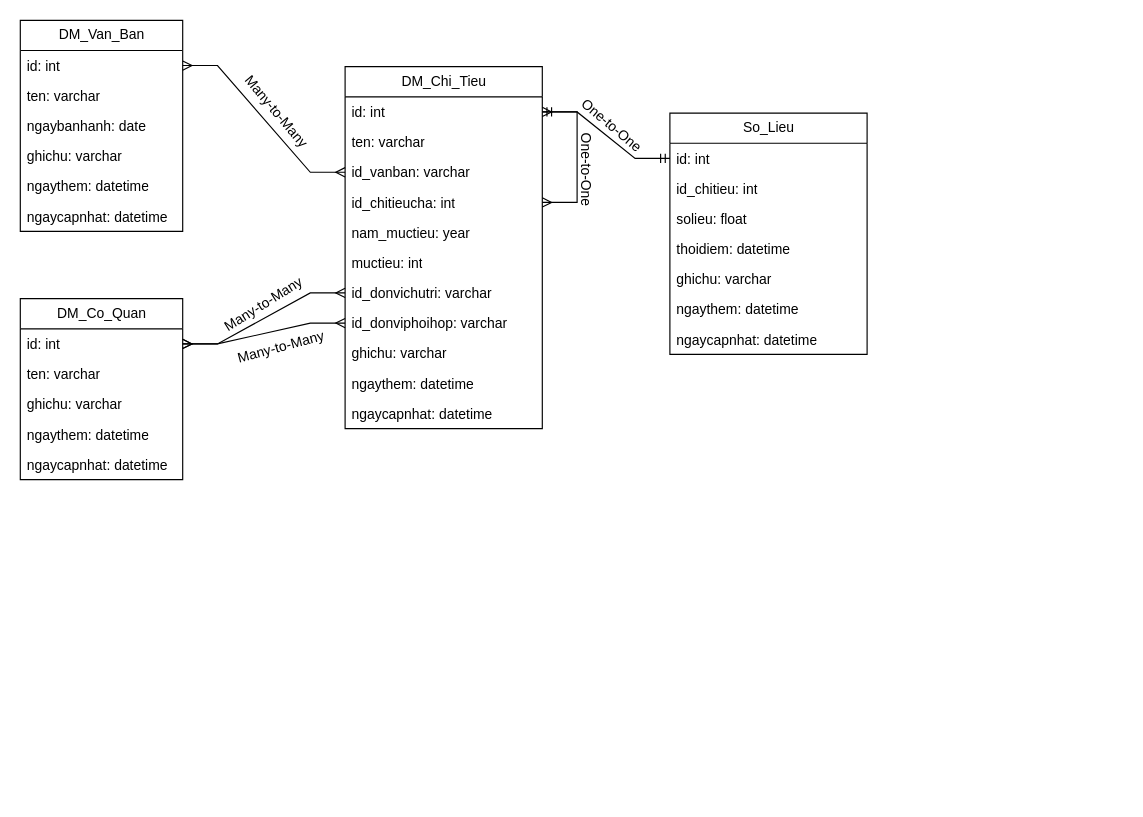
This is csdlcnttbcvt.drawio from pnptai94/giaydiduongbluezone, a draw.io file, before an edit. Source tidied: cells renumbered, new cells numbered last; positions are measured from the earlier drawing's top-left corner, leaving out a move shared by most shapes. Both pictures are drawn from the tidied source at 116%, with x=0, y=0 at pixel (20, 20).
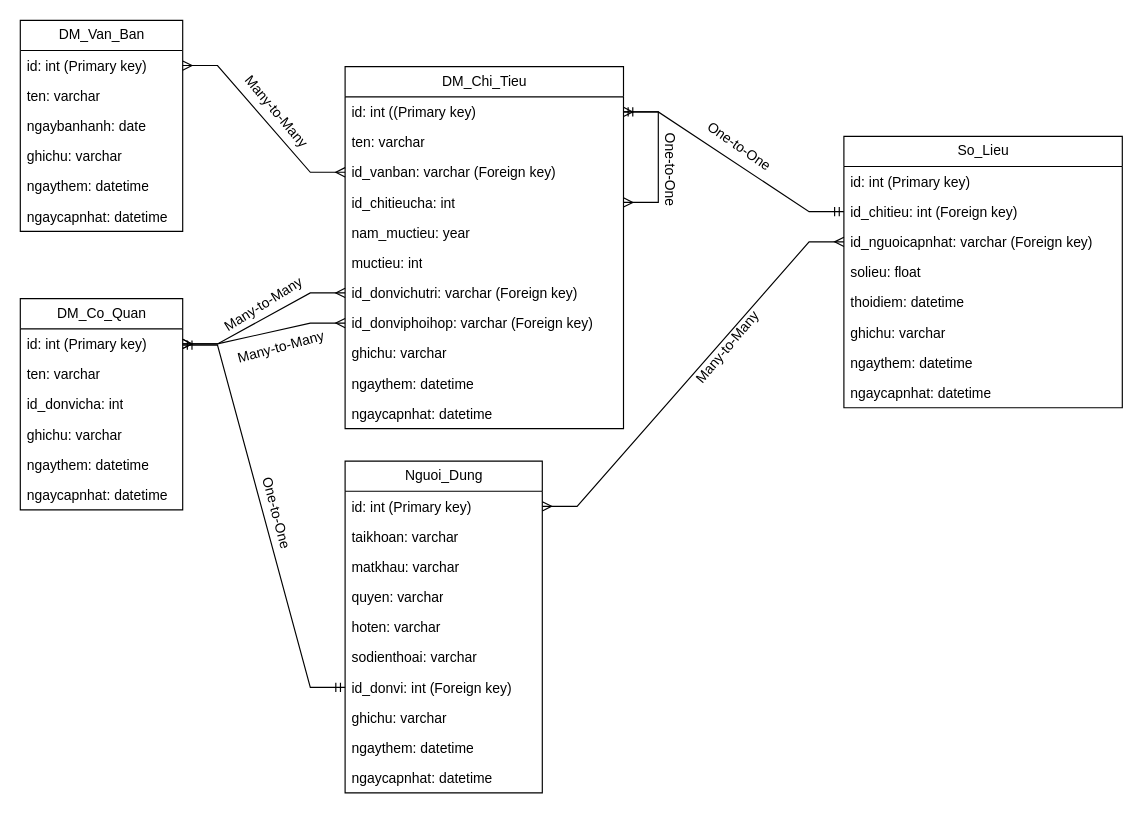
Above is the later version.

The change refers to these unchanged cells:
```xml
<mxCell id="2" value="DM_Van_Ban" style="swimlane;fontStyle=0;horizontal=1;startSize=26;fillColor=none;html=1;" parent="1" vertex="1">
  <mxGeometry width="140" height="182" as="geometry" />
</mxCell>
```

Change to the diagram source:
```diff
@@
-    <mxCell id="3" value="id: int" style="text;strokeColor=none;fillColor=none;align=left;verticalAlign=top;spacingLeft=4;spacingRight=4;overflow=hidden;points=[[0,0.5],[1,0.5]];portConstraint=eastwest;whiteSpace=wrap;html=1;" parent="2" vertex="1">
+    <mxCell id="3" value="id: int (Primary key)" style="text;strokeColor=none;fillColor=none;align=left;verticalAlign=top;spacingLeft=4;spacingRight=4;overflow=hidden;points=[[0,0.5],[1,0.5]];portConstraint=eastwest;whiteSpace=wrap;html=1;" parent="2" vertex="1">
       <mxGeometry y="26" width="140" height="26" as="geometry" />
     </mxCell>
@@
     <mxCell id="9" value="DM_Chi_Tieu" style="swimlane;fontStyle=0;horizontal=1;startSize=26;fillColor=none;html=1;" parent="1" vertex="1">
-      <mxGeometry x="280" y="40" width="170" height="312" as="geometry" />
+      <mxGeometry x="280" y="40" width="240" height="312" as="geometry" />
     </mxCell>
-    <mxCell id="10" value="id: int" style="text;strokeColor=none;fillColor=none;align=left;verticalAlign=top;spacingLeft=4;spacingRight=4;overflow=hidden;points=[[0,0.5],[1,0.5]];portConstraint=eastwest;whiteSpace=wrap;html=1;" parent="9" vertex="1">
-      <mxGeometry y="26" width="170" height="26" as="geometry" />
+    <mxCell id="10" value="id: int ((Primary key)" style="text;strokeColor=none;fillColor=none;align=left;verticalAlign=top;spacingLeft=4;spacingRight=4;overflow=hidden;points=[[0,0.5],[1,0.5]];portConstraint=eastwest;whiteSpace=wrap;html=1;" parent="9" vertex="1">
+      <mxGeometry y="26" width="240" height="26" as="geometry" />
     </mxCell>
     <mxCell id="11" value="ten: varchar" style="text;strokeColor=none;fillColor=none;align=left;verticalAlign=top;spacingLeft=4;spacingRight=4;overflow=hidden;whiteSpace=wrap;html=1;" parent="9" vertex="1">
-      <mxGeometry y="52" width="170" height="26" as="geometry" />
+      <mxGeometry y="52" width="240" height="26" as="geometry" />
     </mxCell>
-    <mxCell id="12" value="id_vanban: varchar" style="text;strokeColor=none;fillColor=none;align=left;verticalAlign=top;spacingLeft=4;spacingRight=4;overflow=hidden;points=[[0,0.5],[1,0.5]];portConstraint=eastwest;whiteSpace=wrap;html=1;" parent="9" vertex="1">
-      <mxGeometry y="78" width="170" height="26" as="geometry" />
+    <mxCell id="12" value="id_vanban: varchar (Foreign key)" style="text;strokeColor=none;fillColor=none;align=left;verticalAlign=top;spacingLeft=4;spacingRight=4;overflow=hidden;points=[[0,0.5],[1,0.5]];portConstraint=eastwest;whiteSpace=wrap;html=1;" parent="9" vertex="1">
+      <mxGeometry y="78" width="240" height="26" as="geometry" />
     </mxCell>
     <mxCell id="13" value="id_chitieucha: int" style="text;strokeColor=none;fillColor=none;align=left;verticalAlign=top;spacingLeft=4;spacingRight=4;overflow=hidden;points=[[0,0.5],[1,0.5]];portConstraint=eastwest;whiteSpace=wrap;html=1;" parent="9" vertex="1">
-      <mxGeometry y="104" width="170" height="26" as="geometry" />
+      <mxGeometry y="104" width="240" height="26" as="geometry" />
     </mxCell>
     <mxCell id="14" value="nam_muctieu: year" style="text;strokeColor=none;fillColor=none;align=left;verticalAlign=top;spacingLeft=4;spacingRight=4;overflow=hidden;whiteSpace=wrap;html=1;" parent="9" vertex="1">
-      <mxGeometry y="130" width="170" height="26" as="geometry" />
+      <mxGeometry y="130" width="240" height="26" as="geometry" />
     </mxCell>
     <mxCell id="15" value="muctieu: int" style="text;strokeColor=none;fillColor=none;align=left;verticalAlign=top;spacingLeft=4;spacingRight=4;overflow=hidden;whiteSpace=wrap;html=1;" parent="9" vertex="1">
-      <mxGeometry y="156" width="170" height="26" as="geometry" />
+      <mxGeometry y="156" width="240" height="26" as="geometry" />
     </mxCell>
-    <mxCell id="16" value="id_donvichutri: varchar" style="text;strokeColor=none;fillColor=none;align=left;verticalAlign=top;spacingLeft=4;spacingRight=4;overflow=hidden;points=[[0,0.5],[1,0.5]];portConstraint=eastwest;whiteSpace=wrap;html=1;" parent="9" vertex="1">
-      <mxGeometry y="182" width="170" height="26" as="geometry" />
+    <mxCell id="16" value="id_donvichutri: varchar (Foreign key)" style="text;strokeColor=none;fillColor=none;align=left;verticalAlign=top;spacingLeft=4;spacingRight=4;overflow=hidden;points=[[0,0.5],[1,0.5]];portConstraint=eastwest;whiteSpace=wrap;html=1;" parent="9" vertex="1">
+      <mxGeometry y="182" width="240" height="26" as="geometry" />
     </mxCell>
-    <mxCell id="17" value="id_donviphoihop: varchar" style="text;strokeColor=none;fillColor=none;align=left;verticalAlign=top;spacingLeft=4;spacingRight=4;overflow=hidden;points=[[0,0.5],[1,0.5]];portConstraint=eastwest;whiteSpace=wrap;html=1;" parent="9" vertex="1">
-      <mxGeometry y="208" width="170" height="26" as="geometry" />
+    <mxCell id="17" value="id_donviphoihop: varchar (Foreign key)" style="text;strokeColor=none;fillColor=none;align=left;verticalAlign=top;spacingLeft=4;spacingRight=4;overflow=hidden;points=[[0,0.5],[1,0.5]];portConstraint=eastwest;whiteSpace=wrap;html=1;" parent="9" vertex="1">
+      <mxGeometry y="208" width="240" height="26" as="geometry" />
     </mxCell>
     <mxCell id="18" value="ghichu: varchar" style="text;strokeColor=none;fillColor=none;align=left;verticalAlign=top;spacingLeft=4;spacingRight=4;overflow=hidden;whiteSpace=wrap;html=1;" parent="9" vertex="1">
-      <mxGeometry y="234" width="170" height="26" as="geometry" />
+      <mxGeometry y="234" width="240" height="26" as="geometry" />
     </mxCell>
     <mxCell id="19" value="ngaythem: datetime" style="text;strokeColor=none;fillColor=none;align=left;verticalAlign=top;spacingLeft=4;spacingRight=4;overflow=hidden;whiteSpace=wrap;html=1;" parent="9" vertex="1">
-      <mxGeometry y="260" width="170" height="26" as="geometry" />
+      <mxGeometry y="260" width="240" height="26" as="geometry" />
     </mxCell>
     <mxCell id="20" value="ngaycapnhat: datetime" style="text;strokeColor=none;fillColor=none;align=left;verticalAlign=top;spacingLeft=4;spacingRight=4;overflow=hidden;whiteSpace=wrap;html=1;" parent="9" vertex="1">
-      <mxGeometry y="286" width="170" height="26" as="geometry" />
+      <mxGeometry y="286" width="240" height="26" as="geometry" />
     </mxCell>
@@
     <mxCell id="22" value="DM_Co_Quan" style="swimlane;fontStyle=0;horizontal=1;startSize=26;fillColor=none;html=1;" parent="1" vertex="1">
-      <mxGeometry y="240" width="140" height="156" as="geometry" />
+      <mxGeometry y="240" width="140" height="182" as="geometry" />
     </mxCell>
-    <mxCell id="23" value="id: int" style="text;strokeColor=none;fillColor=none;align=left;verticalAlign=top;spacingLeft=4;spacingRight=4;overflow=hidden;points=[[0,0.5],[1,0.5]];portConstraint=eastwest;whiteSpace=wrap;html=1;" parent="22" vertex="1">
+    <mxCell id="23" value="id: int (Primary key)" style="text;strokeColor=none;fillColor=none;align=left;verticalAlign=top;spacingLeft=4;spacingRight=4;overflow=hidden;points=[[0,0.5],[1,0.5]];portConstraint=eastwest;whiteSpace=wrap;html=1;" parent="22" vertex="1">
       <mxGeometry y="26" width="140" height="26" as="geometry" />
     </mxCell>
+    <mxCell id="45" value="ten: varchar" style="text;strokeColor=none;fillColor=none;align=left;verticalAlign=top;spacingLeft=4;spacingRight=4;overflow=hidden;whiteSpace=wrap;html=1;" parent="22" vertex="1">
+      <mxGeometry y="52" width="140" height="26" as="geometry" />
+    </mxCell>
-    <mxCell id="24" value="ten: varchar" style="text;strokeColor=none;fillColor=none;align=left;verticalAlign=top;spacingLeft=4;spacingRight=4;overflow=hidden;whiteSpace=wrap;html=1;" parent="22" vertex="1">
-      <mxGeometry y="52" width="140" height="26" as="geometry" />
+    <mxCell id="24" value="id_donvicha: int" style="text;strokeColor=none;fillColor=none;align=left;verticalAlign=top;spacingLeft=4;spacingRight=4;overflow=hidden;whiteSpace=wrap;html=1;" parent="22" vertex="1">
+      <mxGeometry y="78" width="140" height="26" as="geometry" />
     </mxCell>
     <mxCell id="25" value="ghichu: varchar" style="text;strokeColor=none;fillColor=none;align=left;verticalAlign=top;spacingLeft=4;spacingRight=4;overflow=hidden;whiteSpace=wrap;html=1;" parent="22" vertex="1">
-      <mxGeometry y="78" width="140" height="26" as="geometry" />
+      <mxGeometry y="104" width="140" height="26" as="geometry" />
     </mxCell>
     <mxCell id="26" value="ngaythem: datetime" style="text;strokeColor=none;fillColor=none;align=left;verticalAlign=top;spacingLeft=4;spacingRight=4;overflow=hidden;whiteSpace=wrap;html=1;" parent="22" vertex="1">
-      <mxGeometry y="104" width="140" height="26" as="geometry" />
+      <mxGeometry y="130" width="140" height="26" as="geometry" />
     </mxCell>
     <mxCell id="27" value="ngaycapnhat: datetime" style="text;strokeColor=none;fillColor=none;align=left;verticalAlign=top;spacingLeft=4;spacingRight=4;overflow=hidden;whiteSpace=wrap;html=1;" parent="22" vertex="1">
-      <mxGeometry y="130" width="140" height="26" as="geometry" />
+      <mxGeometry y="156" width="140" height="26" as="geometry" />
     </mxCell>
     <mxCell id="28" value="So_Lieu" style="swimlane;fontStyle=0;horizontal=1;startSize=26;fillColor=none;html=1;" parent="1" vertex="1">
-      <mxGeometry x="560" y="80" width="170" height="208" as="geometry" />
+      <mxGeometry x="710" y="100" width="240" height="234" as="geometry" />
     </mxCell>
-    <mxCell id="29" value="id: int" style="text;strokeColor=none;fillColor=none;align=left;verticalAlign=top;spacingLeft=4;spacingRight=4;overflow=hidden;points=[[0,0.5],[1,0.5]];portConstraint=eastwest;whiteSpace=wrap;html=1;" parent="28" vertex="1">
-      <mxGeometry y="26" width="170" height="26" as="geometry" />
+    <mxCell id="29" value="id: int (Primary key)" style="text;strokeColor=none;fillColor=none;align=left;verticalAlign=top;spacingLeft=4;spacingRight=4;overflow=hidden;points=[[0,0.5],[1,0.5]];portConstraint=eastwest;whiteSpace=wrap;html=1;" parent="28" vertex="1">
+      <mxGeometry y="26" width="240" height="26" as="geometry" />
     </mxCell>
-    <mxCell id="30" value="id_chitieu: int" style="text;strokeColor=none;fillColor=none;align=left;verticalAlign=top;spacingLeft=4;spacingRight=4;overflow=hidden;points=[[0,0.5],[1,0.5]];portConstraint=eastwest;whiteSpace=wrap;html=1;" parent="28" vertex="1">
-      <mxGeometry y="52" width="170" height="26" as="geometry" />
+    <mxCell id="30" value="id_chitieu: int (Foreign key)" style="text;strokeColor=none;fillColor=none;align=left;verticalAlign=top;spacingLeft=4;spacingRight=4;overflow=hidden;points=[[0,0.5],[1,0.5]];portConstraint=eastwest;whiteSpace=wrap;html=1;" parent="28" vertex="1">
+      <mxGeometry y="52" width="240" height="26" as="geometry" />
     </mxCell>
+    <mxCell id="46" value="id_nguoicapnhat: varchar (Foreign key)" style="text;strokeColor=none;fillColor=none;align=left;verticalAlign=top;spacingLeft=4;spacingRight=4;overflow=hidden;points=[[0,0.5],[1,0.5]];portConstraint=eastwest;whiteSpace=wrap;html=1;" parent="28" vertex="1">
+      <mxGeometry y="78" width="240" height="26" as="geometry" />
+    </mxCell>
     <mxCell id="31" value="solieu: float" style="text;strokeColor=none;fillColor=none;align=left;verticalAlign=top;spacingLeft=4;spacingRight=4;overflow=hidden;whiteSpace=wrap;html=1;" parent="28" vertex="1">
-      <mxGeometry y="78" width="170" height="26" as="geometry" />
+      <mxGeometry y="104" width="240" height="26" as="geometry" />
     </mxCell>
     <mxCell id="32" value="thoidiem: datetime" style="text;strokeColor=none;fillColor=none;align=left;verticalAlign=top;spacingLeft=4;spacingRight=4;overflow=hidden;whiteSpace=wrap;html=1;" parent="28" vertex="1">
-      <mxGeometry y="104" width="170" height="26" as="geometry" />
+      <mxGeometry y="130" width="240" height="26" as="geometry" />
     </mxCell>
     <mxCell id="33" value="ghichu: varchar" style="text;strokeColor=none;fillColor=none;align=left;verticalAlign=top;spacingLeft=4;spacingRight=4;overflow=hidden;whiteSpace=wrap;html=1;" parent="28" vertex="1">
-      <mxGeometry y="130" width="170" height="26" as="geometry" />
+      <mxGeometry y="156" width="240" height="26" as="geometry" />
     </mxCell>
     <mxCell id="34" value="ngaythem: datetime" style="text;strokeColor=none;fillColor=none;align=left;verticalAlign=top;spacingLeft=4;spacingRight=4;overflow=hidden;whiteSpace=wrap;html=1;" parent="28" vertex="1">
-      <mxGeometry y="156" width="170" height="26" as="geometry" />
+      <mxGeometry y="182" width="240" height="26" as="geometry" />
     </mxCell>
     <mxCell id="35" value="ngaycapnhat: datetime" style="text;strokeColor=none;fillColor=none;align=left;verticalAlign=top;spacingLeft=4;spacingRight=4;overflow=hidden;whiteSpace=wrap;html=1;" parent="28" vertex="1">
-      <mxGeometry y="182" width="170" height="26" as="geometry" />
+      <mxGeometry y="208" width="240" height="26" as="geometry" />
     </mxCell>
@@
-    <mxCell id="39" style="edgeStyle=entityRelationEdgeStyle;fontSize=12;html=1;endArrow=ERmandOne;startArrow=ERmandOne;rounded=0;exitX=1;exitY=0.5;exitDx=0;exitDy=0;entryX=0;entryY=0.5;entryDx=0;entryDy=0;" parent="1" edge="1" source="10" target="29">
+    <mxCell id="39" style="edgeStyle=entityRelationEdgeStyle;fontSize=12;html=1;endArrow=ERmandOne;startArrow=ERmandOne;rounded=0;exitX=1;exitY=0.5;exitDx=0;exitDy=0;entryX=0;entryY=0.5;entryDx=0;entryDy=0;" parent="1" edge="1" source="10" target="30">
       <mxGeometry relative="1" as="geometry" />
     </mxCell>
@@
-    <mxCell id="43" value="One-to-One" style="text;html=1;strokeColor=none;fillColor=none;align=center;verticalAlign=middle;whiteSpace=wrap;rounded=0;rotation=40;" parent="1" vertex="1">
-      <mxGeometry x="470" y="76" width="80" height="30" as="geometry" />
+    <mxCell id="43" value="One-to-One" style="text;html=1;strokeColor=none;fillColor=none;align=center;verticalAlign=middle;whiteSpace=wrap;rounded=0;rotation=35;" parent="1" vertex="1">
+      <mxGeometry x="580" y="94" width="80" height="30" as="geometry" />
     </mxCell>
     <mxCell id="44" value="One-to-One" style="text;html=1;strokeColor=none;fillColor=none;align=center;verticalAlign=middle;whiteSpace=wrap;rounded=0;rotation=90;" parent="1" vertex="1">
-      <mxGeometry x="448" y="114" width="80" height="30" as="geometry" />
+      <mxGeometry x="520" y="114" width="80" height="30" as="geometry" />
     </mxCell>
+    <mxCell id="47" value="Nguoi_Dung" style="swimlane;fontStyle=0;horizontal=1;startSize=26;fillColor=none;html=1;" parent="1" vertex="1">
+      <mxGeometry x="280" y="380" width="170" height="286" as="geometry" />
+    </mxCell>
+    <mxCell id="48" value="id: int (Primary key)" style="text;strokeColor=none;fillColor=none;align=left;verticalAlign=top;spacingLeft=4;spacingRight=4;overflow=hidden;points=[[0,0.5],[1,0.5]];portConstraint=eastwest;whiteSpace=wrap;html=1;" parent="47" vertex="1">
+      <mxGeometry y="26" width="170" height="26" as="geometry" />
+    </mxCell>
+    <mxCell id="49" value="taikhoan: varchar" style="text;strokeColor=none;fillColor=none;align=left;verticalAlign=top;spacingLeft=4;spacingRight=4;overflow=hidden;whiteSpace=wrap;html=1;" parent="47" vertex="1">
+      <mxGeometry y="52" width="170" height="26" as="geometry" />
+    </mxCell>
+    <mxCell id="50" value="matkhau: varchar" style="text;strokeColor=none;fillColor=none;align=left;verticalAlign=top;spacingLeft=4;spacingRight=4;overflow=hidden;whiteSpace=wrap;html=1;" parent="47" vertex="1">
+      <mxGeometry y="78" width="170" height="26" as="geometry" />
+    </mxCell>
+    <mxCell id="51" value="quyen: varchar" style="text;strokeColor=none;fillColor=none;align=left;verticalAlign=top;spacingLeft=4;spacingRight=4;overflow=hidden;whiteSpace=wrap;html=1;" parent="47" vertex="1">
+      <mxGeometry y="104" width="170" height="26" as="geometry" />
+    </mxCell>
+    <mxCell id="52" value="hoten: varchar" style="text;strokeColor=none;fillColor=none;align=left;verticalAlign=top;spacingLeft=4;spacingRight=4;overflow=hidden;whiteSpace=wrap;html=1;" parent="47" vertex="1">
+      <mxGeometry y="130" width="170" height="26" as="geometry" />
+    </mxCell>
+    <mxCell id="53" value="sodienthoai: varchar" style="text;strokeColor=none;fillColor=none;align=left;verticalAlign=top;spacingLeft=4;spacingRight=4;overflow=hidden;whiteSpace=wrap;html=1;" parent="47" vertex="1">
+      <mxGeometry y="156" width="170" height="26" as="geometry" />
+    </mxCell>
+    <mxCell id="54" value="id_donvi: int (Foreign key)" style="text;strokeColor=none;fillColor=none;align=left;verticalAlign=top;spacingLeft=4;spacingRight=4;overflow=hidden;points=[[0,0.5],[1,0.5]];portConstraint=eastwest;whiteSpace=wrap;html=1;" parent="47" vertex="1">
+      <mxGeometry y="182" width="170" height="26" as="geometry" />
+    </mxCell>
+    <mxCell id="55" value="ghichu: varchar" style="text;strokeColor=none;fillColor=none;align=left;verticalAlign=top;spacingLeft=4;spacingRight=4;overflow=hidden;whiteSpace=wrap;html=1;" parent="47" vertex="1">
+      <mxGeometry y="208" width="170" height="26" as="geometry" />
+    </mxCell>
+    <mxCell id="56" value="ngaythem: datetime" style="text;strokeColor=none;fillColor=none;align=left;verticalAlign=top;spacingLeft=4;spacingRight=4;overflow=hidden;whiteSpace=wrap;html=1;" parent="47" vertex="1">
+      <mxGeometry y="234" width="170" height="26" as="geometry" />
+    </mxCell>
+    <mxCell id="57" value="ngaycapnhat: datetime" style="text;strokeColor=none;fillColor=none;align=left;verticalAlign=top;spacingLeft=4;spacingRight=4;overflow=hidden;whiteSpace=wrap;html=1;" parent="47" vertex="1">
+      <mxGeometry y="260" width="170" height="26" as="geometry" />
+    </mxCell>
+    <mxCell id="58" style="edgeStyle=entityRelationEdgeStyle;fontSize=12;html=1;endArrow=ERmandOne;startArrow=ERmandOne;rounded=0;entryX=0;entryY=0.5;entryDx=0;entryDy=0;" parent="1" edge="1" target="54">
+      <mxGeometry relative="1" as="geometry">
+        <mxPoint x="140" y="280" as="sourcePoint" />
+      </mxGeometry>
+    </mxCell>
+    <mxCell id="59" value="One-to-One" style="text;html=1;strokeColor=none;fillColor=none;align=center;verticalAlign=middle;whiteSpace=wrap;rounded=0;rotation=75;" parent="1" vertex="1">
+      <mxGeometry x="181" y="410" width="80" height="30" as="geometry" />
+    </mxCell>
+    <mxCell id="60" style="edgeStyle=entityRelationEdgeStyle;fontSize=12;html=1;endArrow=ERmany;startArrow=ERmany;rounded=0;exitX=1;exitY=0.5;exitDx=0;exitDy=0;entryX=0;entryY=0.5;entryDx=0;entryDy=0;" parent="1" edge="1" source="48" target="46">
+      <mxGeometry relative="1" as="geometry" />
+    </mxCell>
+    <mxCell id="61" value="Many-to-Many" style="text;html=1;strokeColor=none;fillColor=none;align=center;verticalAlign=middle;whiteSpace=wrap;rounded=0;rotation=-50;" parent="1" vertex="1">
+      <mxGeometry x="570" y="267" width="80" height="30" as="geometry" />
+    </mxCell>
```
